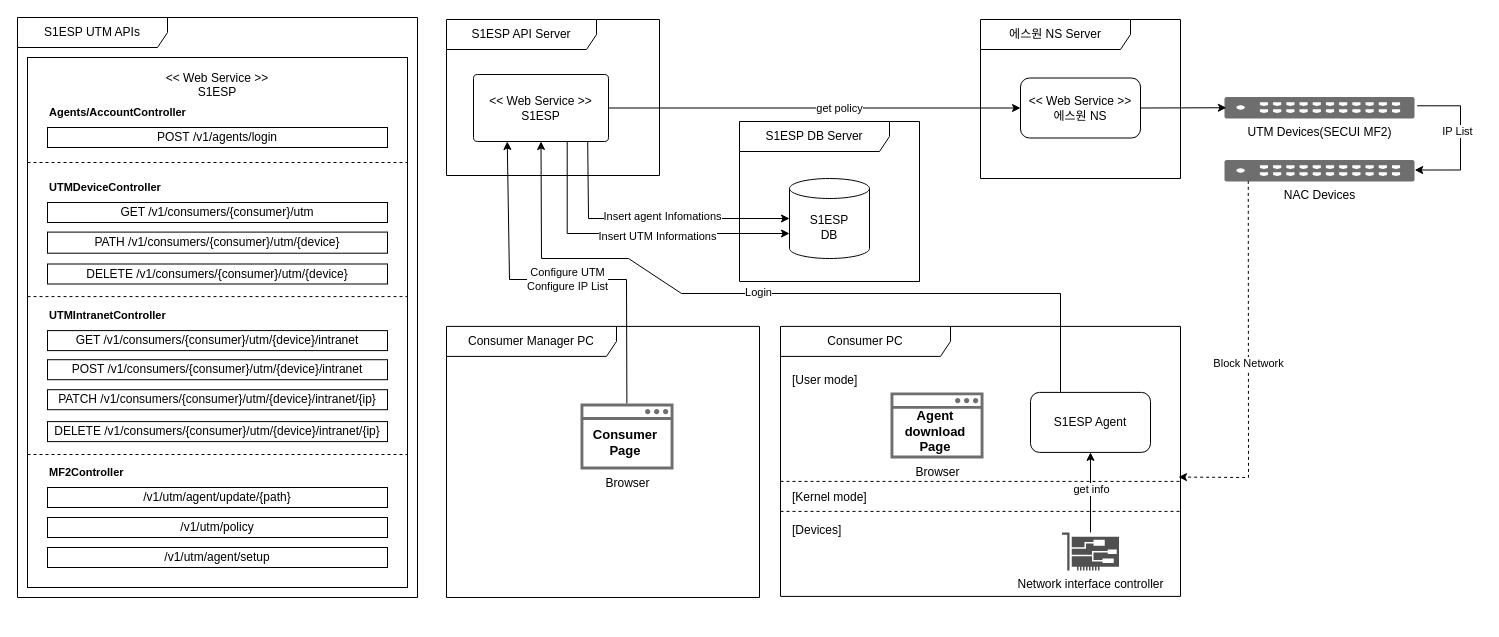
Above: utm-s1ns.drawio in djcho/draw-io-repo (draw.io), before the change. Source tidied: cells renumbered, new cells numbered last; positions are measured from the earlier drawing's top-left corner, leaving out a move shared by most shapes. Both pictures are drawn from the tidied source at 100%, with x=0, y=0 at pixel (17, 17).
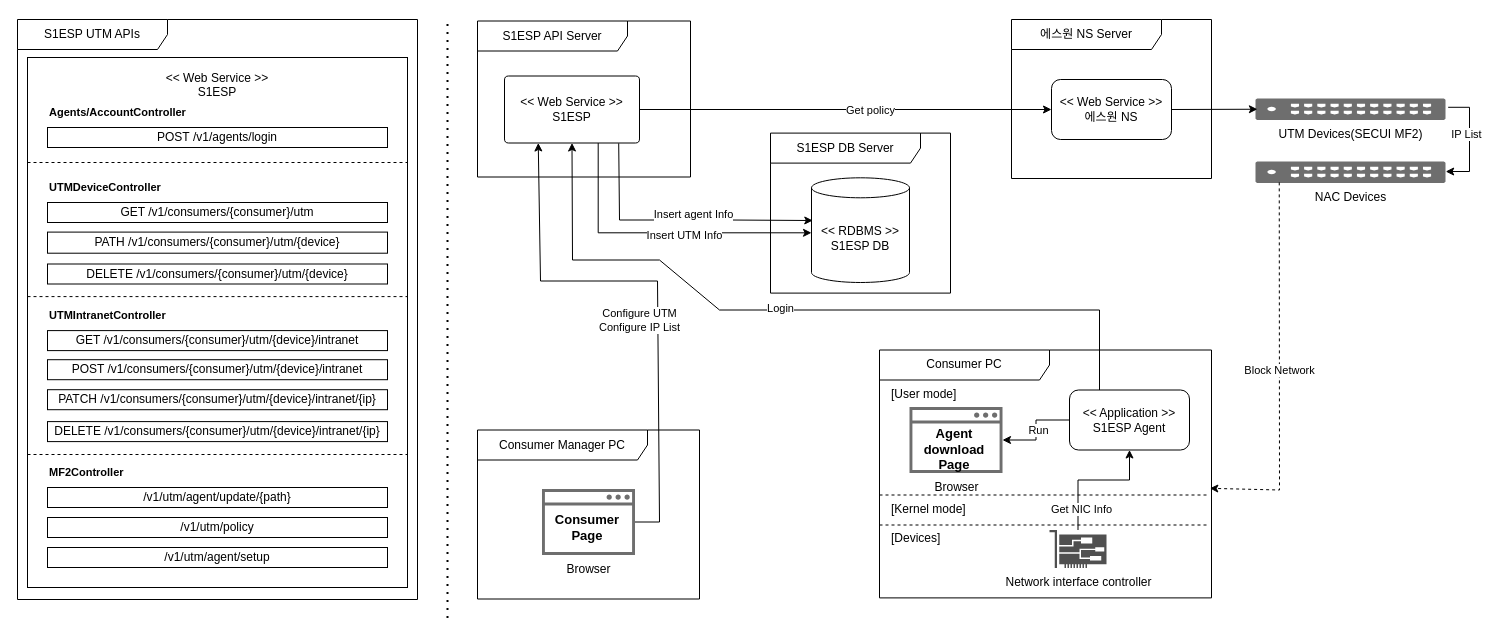
The same page after the edit.

The change refers to these unchanged cells:
```xml
<mxCell id="44" style="rounded=0;jettySize=auto;html=1;entryX=0;entryY=0.5;entryDx=0;entryDy=0;" parent="1" edge="1" source="46" target="21">
  <mxGeometry relative="1" as="geometry" />
</mxCell>
<mxCell id="57" style="rounded=0;jettySize=auto;html=1;exitX=0.694;exitY=1.001;exitDx=0;exitDy=0;exitPerimeter=0;edgeStyle=orthogonalEdgeStyle;entryX=0;entryY=0;entryDx=0;entryDy=55;entryPerimeter=0;" parent="1" edge="1" source="46" target="16">
  <mxGeometry relative="1" as="geometry" />
</mxCell>
```

Change to the diagram source:
```diff
@@
     <mxCell id="3" value="S1ESP UTM APIs" style="shape=umlFrame;whiteSpace=wrap;html=1;width=150;height=30;" parent="1" vertex="1">
-      <mxGeometry width="400" height="580" as="geometry" />
+      <mxGeometry y="2" width="400" height="580" as="geometry" />
     </mxCell>
     <mxCell id="4" value="Consumer PC" style="shape=umlFrame;whiteSpace=wrap;html=1;width=170;" parent="1" vertex="1">
-      <mxGeometry x="763" y="308.9" width="400" height="270" as="geometry" />
+      <mxGeometry x="862" y="332.5" width="332" height="247.9" as="geometry" />
     </mxCell>
     <mxCell id="5" value="[User mode]" style="text;html=1;" parent="4" vertex="1">
       <mxGeometry width="100" height="20" relative="1" as="geometry">
-        <mxPoint x="10" y="40" as="offset" />
+        <mxPoint x="10" y="30" as="offset" />
       </mxGeometry>
     </mxCell>
     <mxCell id="6" style="line;strokeWidth=1;dashed=1;labelPosition=center;verticalLabelPosition=bottom;align=left;verticalAlign=top;spacingLeft=20;spacingTop=15;html=1;whiteSpace=wrap;" parent="4" vertex="1">
-      <mxGeometry y="180" width="400" height="10" as="geometry" />
+      <mxGeometry y="170" width="330" height="10" as="geometry" />
     </mxCell>
+    <mxCell id="60" style="edgeStyle=orthogonalEdgeStyle;rounded=0;jettySize=auto;html=1;" parent="4" edge="1" source="7" target="14">
+      <mxGeometry relative="1" as="geometry" />
+    </mxCell>
+    <mxCell id="61" value="Run" style="edgeLabel;html=1;align=center;verticalAlign=middle;" parent="60" vertex="1">
+      <mxGeometry x="-0.27" relative="1" as="geometry">
+        <mxPoint y="10" as="offset" />
+      </mxGeometry>
+    </mxCell>
-    <mxCell id="7" value="S1ESP Agent" style="rounded=1;whiteSpace=wrap;html=1;" parent="4" vertex="1">
-      <mxGeometry x="250" y="66" width="120" height="60" as="geometry" />
+    <mxCell id="7" value="&lt;div&gt;&amp;lt;&amp;lt; Application &amp;gt;&amp;gt;&lt;/div&gt;S1ESP Agent" style="rounded=1;whiteSpace=wrap;html=1;" parent="4" vertex="1">
+      <mxGeometry x="190" y="40" width="120" height="60" as="geometry" />
     </mxCell>
     <mxCell id="8" style="line;strokeWidth=1;dashed=1;labelPosition=center;verticalLabelPosition=bottom;align=left;verticalAlign=top;spacingLeft=20;spacingTop=15;html=1;whiteSpace=wrap;" parent="4" vertex="1">
-      <mxGeometry y="150" width="400" height="10" as="geometry" />
+      <mxGeometry y="140" width="330" height="10" as="geometry" />
     </mxCell>
     <mxCell id="9" style="edgeStyle=orthogonalEdgeStyle;rounded=0;jettySize=auto;html=1;entryX=0.5;entryY=1;entryDx=0;entryDy=0;" parent="4" edge="1" source="11" target="7">
-      <mxGeometry relative="1" as="geometry" />
+      <mxGeometry relative="1" as="geometry">
+        <Array as="points">
+          <mxPoint x="198" y="130" />
+          <mxPoint x="250" y="130" />
+        </Array>
+      </mxGeometry>
     </mxCell>
-    <mxCell id="10" value="get info" style="edgeLabel;html=1;align=center;verticalAlign=middle;" parent="9" vertex="1">
+    <mxCell id="10" value="Get NIC Info" style="edgeLabel;html=1;align=center;verticalAlign=middle;" parent="9" vertex="1">
       <mxGeometry x="-0.04" y="-2" relative="1" as="geometry">
-        <mxPoint x="-2" y="-5" as="offset" />
+        <mxPoint x="-10" y="27" as="offset" />
       </mxGeometry>
     </mxCell>
     <mxCell id="11" value="Network interface controller" style="sketch=0;shadow=0;dashed=0;html=1;strokeColor=none;fillColor=#505050;labelPosition=center;verticalLabelPosition=bottom;verticalAlign=top;outlineConnect=0;align=center;shape=mxgraph.office.devices.nic;" parent="4" vertex="1">
-      <mxGeometry x="281.5" y="206" width="57" height="38" as="geometry" />
+      <mxGeometry x="170" y="180" width="57" height="38" as="geometry" />
     </mxCell>
     <mxCell id="12" value="[Kernel mode]" style="text;html=1;" parent="4" vertex="1">
-      <mxGeometry x="10" y="157" width="100" height="20" as="geometry" />
+      <mxGeometry x="10" y="145" width="100" height="20" as="geometry" />
     </mxCell>
     <mxCell id="13" value="[Devices]" style="text;html=1;" parent="4" vertex="1">
-      <mxGeometry x="10" y="190" width="100" height="20" as="geometry" />
+      <mxGeometry x="10" y="174" width="100" height="20" as="geometry" />
     </mxCell>
     <mxCell id="14" value="Browser" style="sketch=0;shadow=0;dashed=0;html=1;strokeColor=none;fillColor=#6E6E6E;labelPosition=center;verticalLabelPosition=bottom;verticalAlign=top;align=center;outlineConnect=0;shape=mxgraph.vvd.web_browser;strokeWidth=1;" parent="4" vertex="1">
-      <mxGeometry x="110" y="66" width="93" height="66" as="geometry" />
+      <mxGeometry x="30" y="57" width="93" height="66" as="geometry" />
     </mxCell>
     <mxCell id="15" value="&lt;font style=&quot;font-size: 13px;&quot;&gt;&lt;b&gt;Agent download&lt;br&gt;Page&lt;/b&gt;&lt;/font&gt;" style="text;html=1;align=center;verticalAlign=middle;whiteSpace=wrap;rounded=0;fillColor=default;" parent="4" vertex="1">
-      <mxGeometry x="120" y="85.5" width="70" height="39.5" as="geometry" />
+      <mxGeometry x="40" y="79.5" width="70" height="39.5" as="geometry" />
     </mxCell>
-    <mxCell id="16" value="S1ESP&lt;br&gt;DB" style="shape=cylinder3;whiteSpace=wrap;html=1;boundedLbl=1;backgroundOutline=1;size=10;" parent="1" vertex="1">
-      <mxGeometry x="772" y="161" width="80" height="80" as="geometry" />
+    <mxCell id="16" value="&amp;lt;&amp;lt; RDBMS &amp;gt;&amp;gt;&lt;div&gt;S1ESP DB&lt;/div&gt;" style="shape=cylinder3;whiteSpace=wrap;html=1;boundedLbl=1;backgroundOutline=1;size=10;" parent="1" vertex="1">
+      <mxGeometry x="794" y="160.3" width="98" height="104.7" as="geometry" />
     </mxCell>
     <mxCell id="17" value="UTM Devices(SECUI MF2)" style="verticalLabelPosition=bottom;sketch=0;html=1;fillColor=#6E6E6E;strokeColor=none;verticalAlign=top;align=center;shape=mxgraph.cisco_safe.security_icons.utm;" parent="1" vertex="1">
-      <mxGeometry x="1207" y="79.5" width="190" height="21.5" as="geometry" />
+      <mxGeometry x="1238" y="81" width="190" height="21.5" as="geometry" />
     </mxCell>
@@
     <mxCell id="19" value="S1ESP DB Server" style="shape=umlFrame;whiteSpace=wrap;html=1;width=150;height=30;" parent="1" vertex="1">
-      <mxGeometry x="722" y="104" width="180" height="160" as="geometry" />
+      <mxGeometry x="753" y="115.6" width="180" height="160" as="geometry" />
     </mxCell>
     <mxCell id="20" value="에스원 NS Server" style="shape=umlFrame;whiteSpace=wrap;html=1;width=150;height=30;" parent="1" vertex="1">
-      <mxGeometry x="963" y="2" width="200" height="159" as="geometry" />
+      <mxGeometry x="994" y="2" width="200" height="159" as="geometry" />
     </mxCell>
     <mxCell id="21" value="&amp;lt;&amp;lt; Web Service &amp;gt;&amp;gt;&lt;br&gt;에스원 NS" style="rounded=1;whiteSpace=wrap;html=1;" parent="1" vertex="1">
-      <mxGeometry x="1003" y="60.5" width="120" height="60" as="geometry" />
+      <mxGeometry x="1034" y="62" width="120" height="60" as="geometry" />
     </mxCell>
@@
     <mxCell id="24" value="NAC Devices" style="verticalLabelPosition=bottom;sketch=0;html=1;fillColor=#6E6E6E;strokeColor=none;verticalAlign=top;align=center;shape=mxgraph.cisco_safe.security_icons.utm;" parent="1" vertex="1">
-      <mxGeometry x="1207" y="142.5" width="190" height="21.5" as="geometry" />
+      <mxGeometry x="1238" y="144" width="190" height="21.5" as="geometry" />
     </mxCell>
     <mxCell id="25" value="IP List" style="rounded=0;jettySize=auto;html=1;entryX=1.001;entryY=0.467;entryDx=0;entryDy=0;entryPerimeter=0;exitX=1.014;exitY=0.409;exitDx=0;exitDy=0;exitPerimeter=0;edgeStyle=orthogonalEdgeStyle;" parent="1" edge="1" source="17" target="24">
       <mxGeometry x="-0.1" y="-3" relative="1" as="geometry">
         <Array as="points">
-          <mxPoint x="1443" y="88" />
-          <mxPoint x="1443" y="153" />
-          <mxPoint x="1397" y="153" />
+          <mxPoint x="1452" y="89.5" />
+          <mxPoint x="1452" y="154.5" />
         </Array>
       </mxGeometry>
     </mxCell>
     <mxCell id="26" style="rounded=0;jettySize=auto;html=1;dashed=1;entryX=0.995;entryY=0.558;entryDx=0;entryDy=0;entryPerimeter=0;exitX=0.125;exitY=0.971;exitDx=0;exitDy=0;exitPerimeter=0;" parent="1" edge="1" source="24" target="4">
       <mxGeometry relative="1" as="geometry">
         <Array as="points">
-          <mxPoint x="1231" y="460" />
+          <mxPoint x="1262" y="472.5" />
         </Array>
       </mxGeometry>
     </mxCell>
@@
-    <mxCell id="45" value="get policy" style="edgeLabel;html=1;align=center;verticalAlign=middle;" parent="44" vertex="1">
+    <mxCell id="45" value="Get policy" style="edgeLabel;html=1;align=center;verticalAlign=middle;" parent="44" vertex="1">
       <mxGeometry x="0.11" y="-5" relative="1" as="geometry">
         <mxPoint x="1" y="-5" as="offset" />
       </mxGeometry>
     </mxCell>
     <mxCell id="46" value="&amp;lt;&amp;lt; Web Service&lt;span style=&quot;background-color: initial;&quot;&gt;&amp;nbsp;&amp;gt;&amp;gt;&lt;/span&gt;&lt;div&gt;S1ESP&lt;/div&gt;" style="rounded=1;whiteSpace=wrap;html=1;arcSize=6;" parent="1" vertex="1">
-      <mxGeometry x="456" y="57" width="135" height="67" as="geometry" />
+      <mxGeometry x="487" y="58.5" width="135" height="67" as="geometry" />
     </mxCell>
     <mxCell id="47" value="S1ESP API Server" style="shape=umlFrame;whiteSpace=wrap;html=1;width=150;height=30;" parent="1" vertex="1">
-      <mxGeometry x="429" y="2" width="213" height="156" as="geometry" />
+      <mxGeometry x="460" y="3.5" width="213" height="156" as="geometry" />
     </mxCell>
     <mxCell id="48" style="rounded=0;jettySize=auto;html=1;entryX=0.25;entryY=1;entryDx=0;entryDy=0;" parent="1" edge="1" source="55" target="46">
       <mxGeometry relative="1" as="geometry">
         <Array as="points">
-          <mxPoint x="609" y="262" />
-          <mxPoint x="492" y="262" />
+          <mxPoint x="642" y="504.5" />
+          <mxPoint x="640" y="263.5" />
+          <mxPoint x="523" y="263.5" />
         </Array>
       </mxGeometry>
     </mxCell>
@@
     <mxCell id="50" style="rounded=0;jettySize=auto;html=1;entryX=0.5;entryY=1;entryDx=0;entryDy=0;exitX=0.25;exitY=0;exitDx=0;exitDy=0;" parent="1" edge="1" source="7" target="46">
       <mxGeometry relative="1" as="geometry">
         <Array as="points">
-          <mxPoint x="1043" y="276" />
-          <mxPoint x="664" y="276" />
-          <mxPoint x="611" y="241" />
-          <mxPoint x="524" y="241" />
+          <mxPoint x="1082" y="292.5" />
+          <mxPoint x="702" y="292.5" />
+          <mxPoint x="642" y="242.5" />
+          <mxPoint x="555" y="242.5" />
         </Array>
       </mxGeometry>
     </mxCell>
@@
-    <mxCell id="52" style="rounded=0;jettySize=auto;html=1;entryX=0;entryY=0.5;entryDx=0;entryDy=0;entryPerimeter=0;exitX=0.846;exitY=1.005;exitDx=0;exitDy=0;exitPerimeter=0;" parent="1" edge="1" source="46" target="16">
+    <mxCell id="52" style="rounded=0;jettySize=auto;html=1;exitX=0.846;exitY=1.005;exitDx=0;exitDy=0;exitPerimeter=0;entryX=0.013;entryY=0.408;entryDx=0;entryDy=0;entryPerimeter=0;" parent="1" edge="1" source="46" target="16">
       <mxGeometry relative="1" as="geometry">
         <Array as="points">
-          <mxPoint x="571" y="201" />
-          <mxPoint x="681" y="201" />
+          <mxPoint x="602" y="202.5" />
+          <mxPoint x="712" y="202.5" />
         </Array>
       </mxGeometry>
     </mxCell>
     <mxCell id="53" value="Consumer Manager PC" style="shape=umlFrame;whiteSpace=wrap;html=1;width=170;" parent="1" vertex="1">
-      <mxGeometry x="429" y="308.9" width="313" height="271.1" as="geometry" />
+      <mxGeometry x="460" y="412.5" width="222" height="169" as="geometry" />
     </mxCell>
-    <mxCell id="54" style="group;" parent="53" vertex="1">
-      <mxGeometry x="134" y="77.1" width="93" height="66" as="geometry" />
-    </mxCell>
-    <mxCell id="55" value="Browser" style="sketch=0;shadow=0;dashed=0;html=1;strokeColor=none;fillColor=#6E6E6E;labelPosition=center;verticalLabelPosition=bottom;verticalAlign=top;align=center;outlineConnect=0;shape=mxgraph.vvd.web_browser;strokeWidth=1;" parent="54" vertex="1">
-      <mxGeometry width="93" height="66" as="geometry" />
+    <mxCell id="55" value="Browser" style="sketch=0;shadow=0;dashed=0;html=1;strokeColor=none;fillColor=#6E6E6E;labelPosition=center;verticalLabelPosition=bottom;verticalAlign=top;align=center;outlineConnect=0;shape=mxgraph.vvd.web_browser;strokeWidth=1;" parent="53" vertex="1">
+      <mxGeometry x="64.5" y="59" width="93" height="66" as="geometry" />
     </mxCell>
-    <mxCell id="56" value="&lt;font style=&quot;font-size: 13px;&quot;&gt;&lt;b&gt;Consumer&lt;br&gt;Page&lt;/b&gt;&lt;/font&gt;" style="text;html=1;align=center;verticalAlign=middle;whiteSpace=wrap;rounded=0;fillColor=default;" parent="54" vertex="1">
-      <mxGeometry x="10" y="19.5" width="70" height="39.5" as="geometry" />
+    <mxCell id="56" value="&lt;font style=&quot;font-size: 13px;&quot;&gt;&lt;b&gt;Consumer&lt;br&gt;Page&lt;/b&gt;&lt;/font&gt;" style="text;html=1;align=center;verticalAlign=middle;whiteSpace=wrap;rounded=0;fillColor=default;" parent="53" vertex="1">
+      <mxGeometry x="74.5" y="77.4" width="70" height="39.5" as="geometry" />
     </mxCell>
@@
-    <mxCell id="58" value="Insert agent Infomations" style="edgeLabel;html=1;align=center;verticalAlign=middle;" parent="57" vertex="1">
+    <mxCell id="58" value="Insert agent Info" style="edgeLabel;html=1;align=center;verticalAlign=middle;" parent="57" vertex="1">
       <mxGeometry x="-0.46" y="-6" relative="1" as="geometry">
         <mxPoint x="101" y="-11" as="offset" />
       </mxGeometry>
     </mxCell>
-    <mxCell id="59" value="Insert UTM Informations" style="edgeLabel;html=1;align=center;verticalAlign=middle;" parent="57" vertex="1">
+    <mxCell id="59" value="Insert UTM Info" style="edgeLabel;html=1;align=center;verticalAlign=middle;" parent="57" vertex="1">
       <mxGeometry x="0.08" y="-2" relative="1" as="geometry">
         <mxPoint x="12" as="offset" />
       </mxGeometry>
     </mxCell>
+    <mxCell id="62" style="endArrow=none;dashed=1;html=1;dashPattern=1 3;strokeWidth=2;rounded=0;" parent="1" edge="1">
+      <mxGeometry relative="1" as="geometry">
+        <mxPoint x="430" y="600.5" as="sourcePoint" />
+        <mxPoint x="430" y="0.5" as="targetPoint" />
+      </mxGeometry>
+    </mxCell>
```
